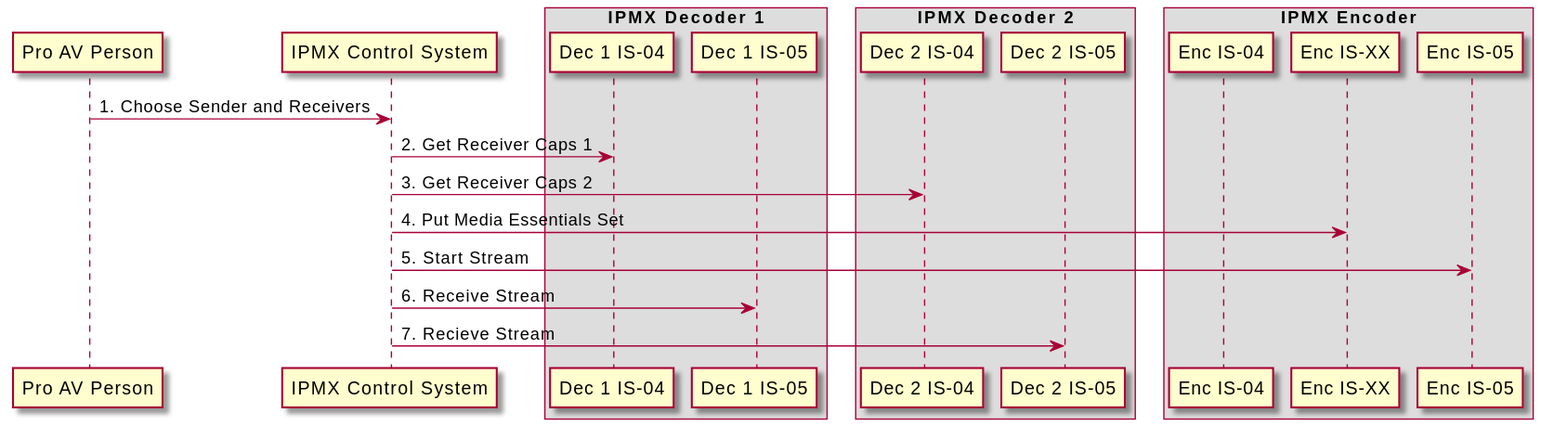
Earlier version of the PlantUML export docs/images/svg/connection_management_sequence.svg (AMWA-TV/bcp-005-01). The source it was exported from:
```plantuml
@startuml
skinparam BoxPadding 10

participant "Pro AV Person"
participant "IPMX Control System"
box "IPMX Decoder 1"
participant "Dec 1 IS-04"
participant "Dec 1 IS-05"
end box
box "IPMX Decoder 2"
participant "Dec 2 IS-04"
participant "Dec 2 IS-05"
end box
box "IPMX Encoder"
participant "Enc IS-04"
participant "Enc IS-XX"
participant "Enc IS-05"
end box

"Pro AV Person" -> "IPMX Control System": 1. Choose Sender and Receivers
"IPMX Control System" -> "Dec 1 IS-04": 2. Get Receiver Caps 1
"IPMX Control System" -> "Dec 2 IS-04": 3. Get Receiver Caps 2
"IPMX Control System" -> "Enc IS-XX": 4. Put Media Essentials Set
"IPMX Control System" -> "Enc IS-05": 5. Start Stream
"IPMX Control System" -> "Dec 1 IS-05": 6. Receive Stream
"IPMX Control System" -> "Dec 2 IS-05": 7. Recieve Stream
@enduml
```
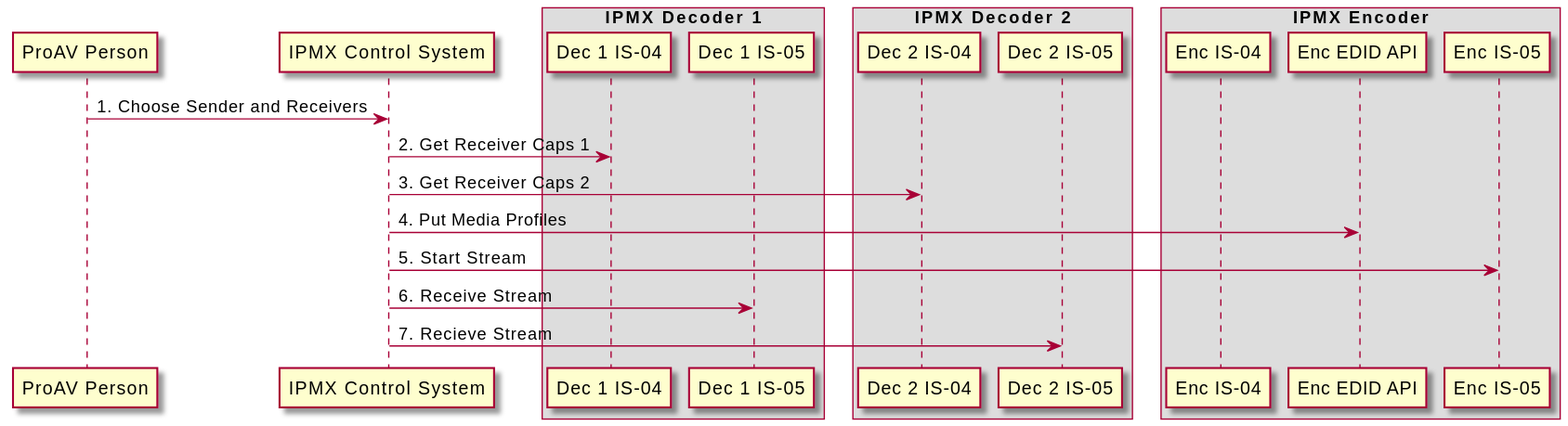
After the commit.

Diff of the diagram source:
```diff
@@ -1,7 +1,7 @@
 @startuml
 skinparam BoxPadding 10
 
-participant "Pro AV Person"
+participant "ProAV Person"
 participant "IPMX Control System"
 box "IPMX Decoder 1"
 participant "Dec 1 IS-04"
@@ -13,14 +13,14 @@
 end box
 box "IPMX Encoder"
 participant "Enc IS-04"
-participant "Enc IS-XX"
+participant "Enc EDID API"
 participant "Enc IS-05"
 end box
 
-"Pro AV Person" -> "IPMX Control System": 1. Choose Sender and Receivers
+"ProAV Person" -> "IPMX Control System": 1. Choose Sender and Receivers
 "IPMX Control System" -> "Dec 1 IS-04": 2. Get Receiver Caps 1
 "IPMX Control System" -> "Dec 2 IS-04": 3. Get Receiver Caps 2
-"IPMX Control System" -> "Enc IS-XX": 4. Put Media Essentials Set
+"IPMX Control System" -> "Enc EDID API": 4. Put Media Profiles
 "IPMX Control System" -> "Enc IS-05": 5. Start Stream
 "IPMX Control System" -> "Dec 1 IS-05": 6. Receive Stream
 "IPMX Control System" -> "Dec 2 IS-05": 7. Recieve Stream
```
